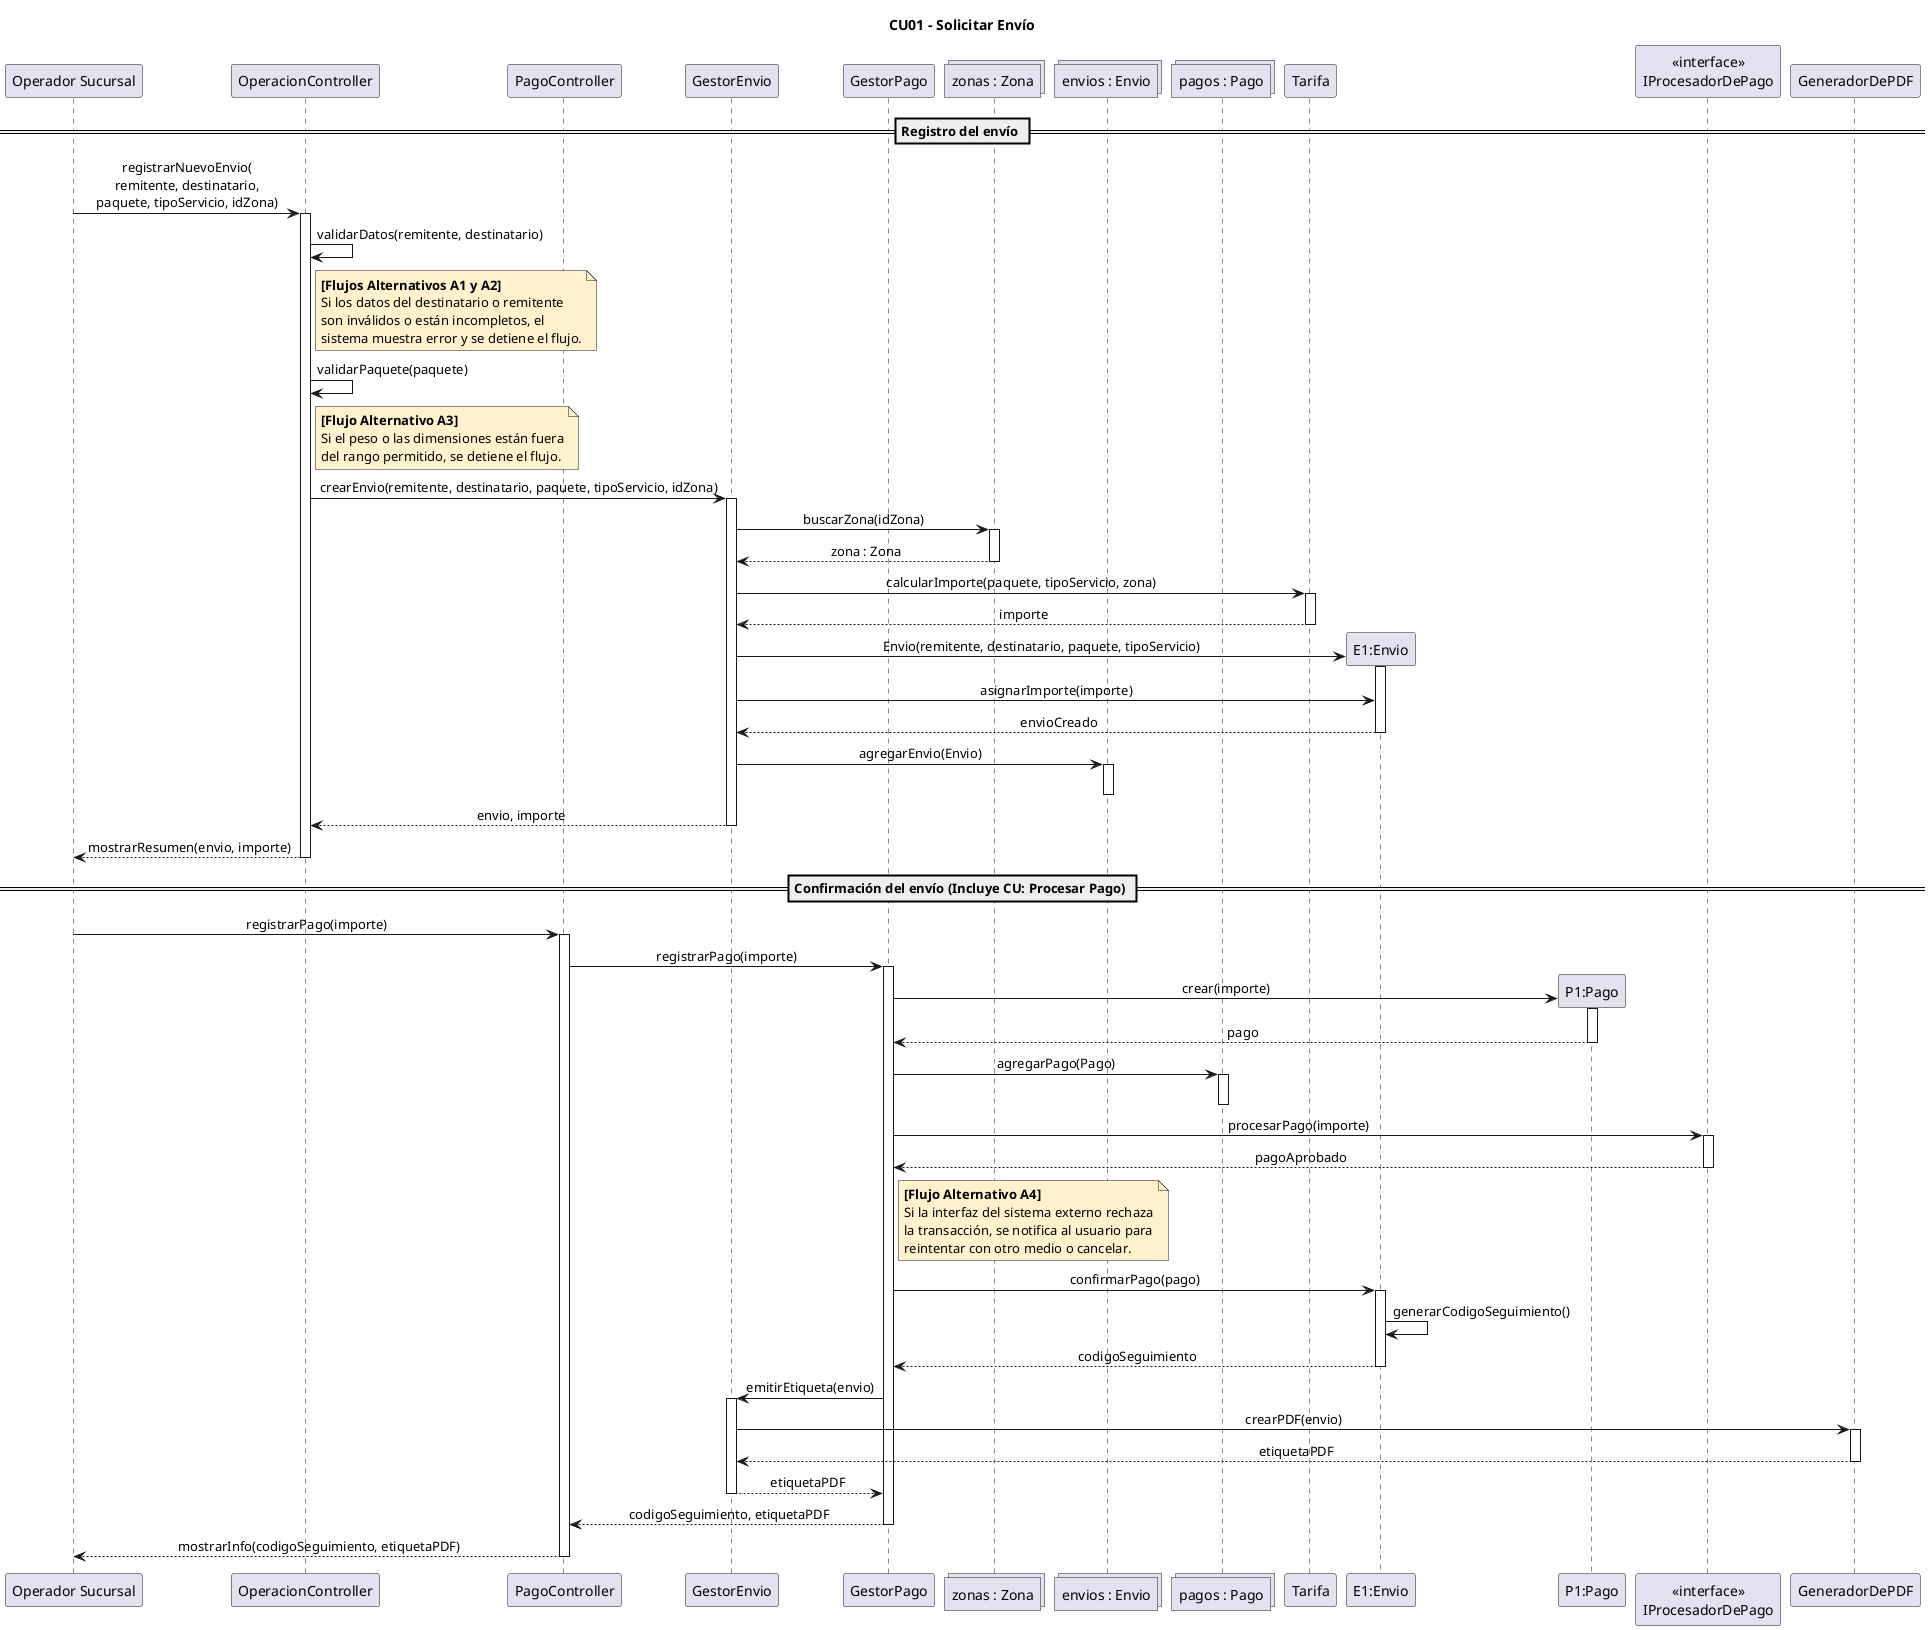
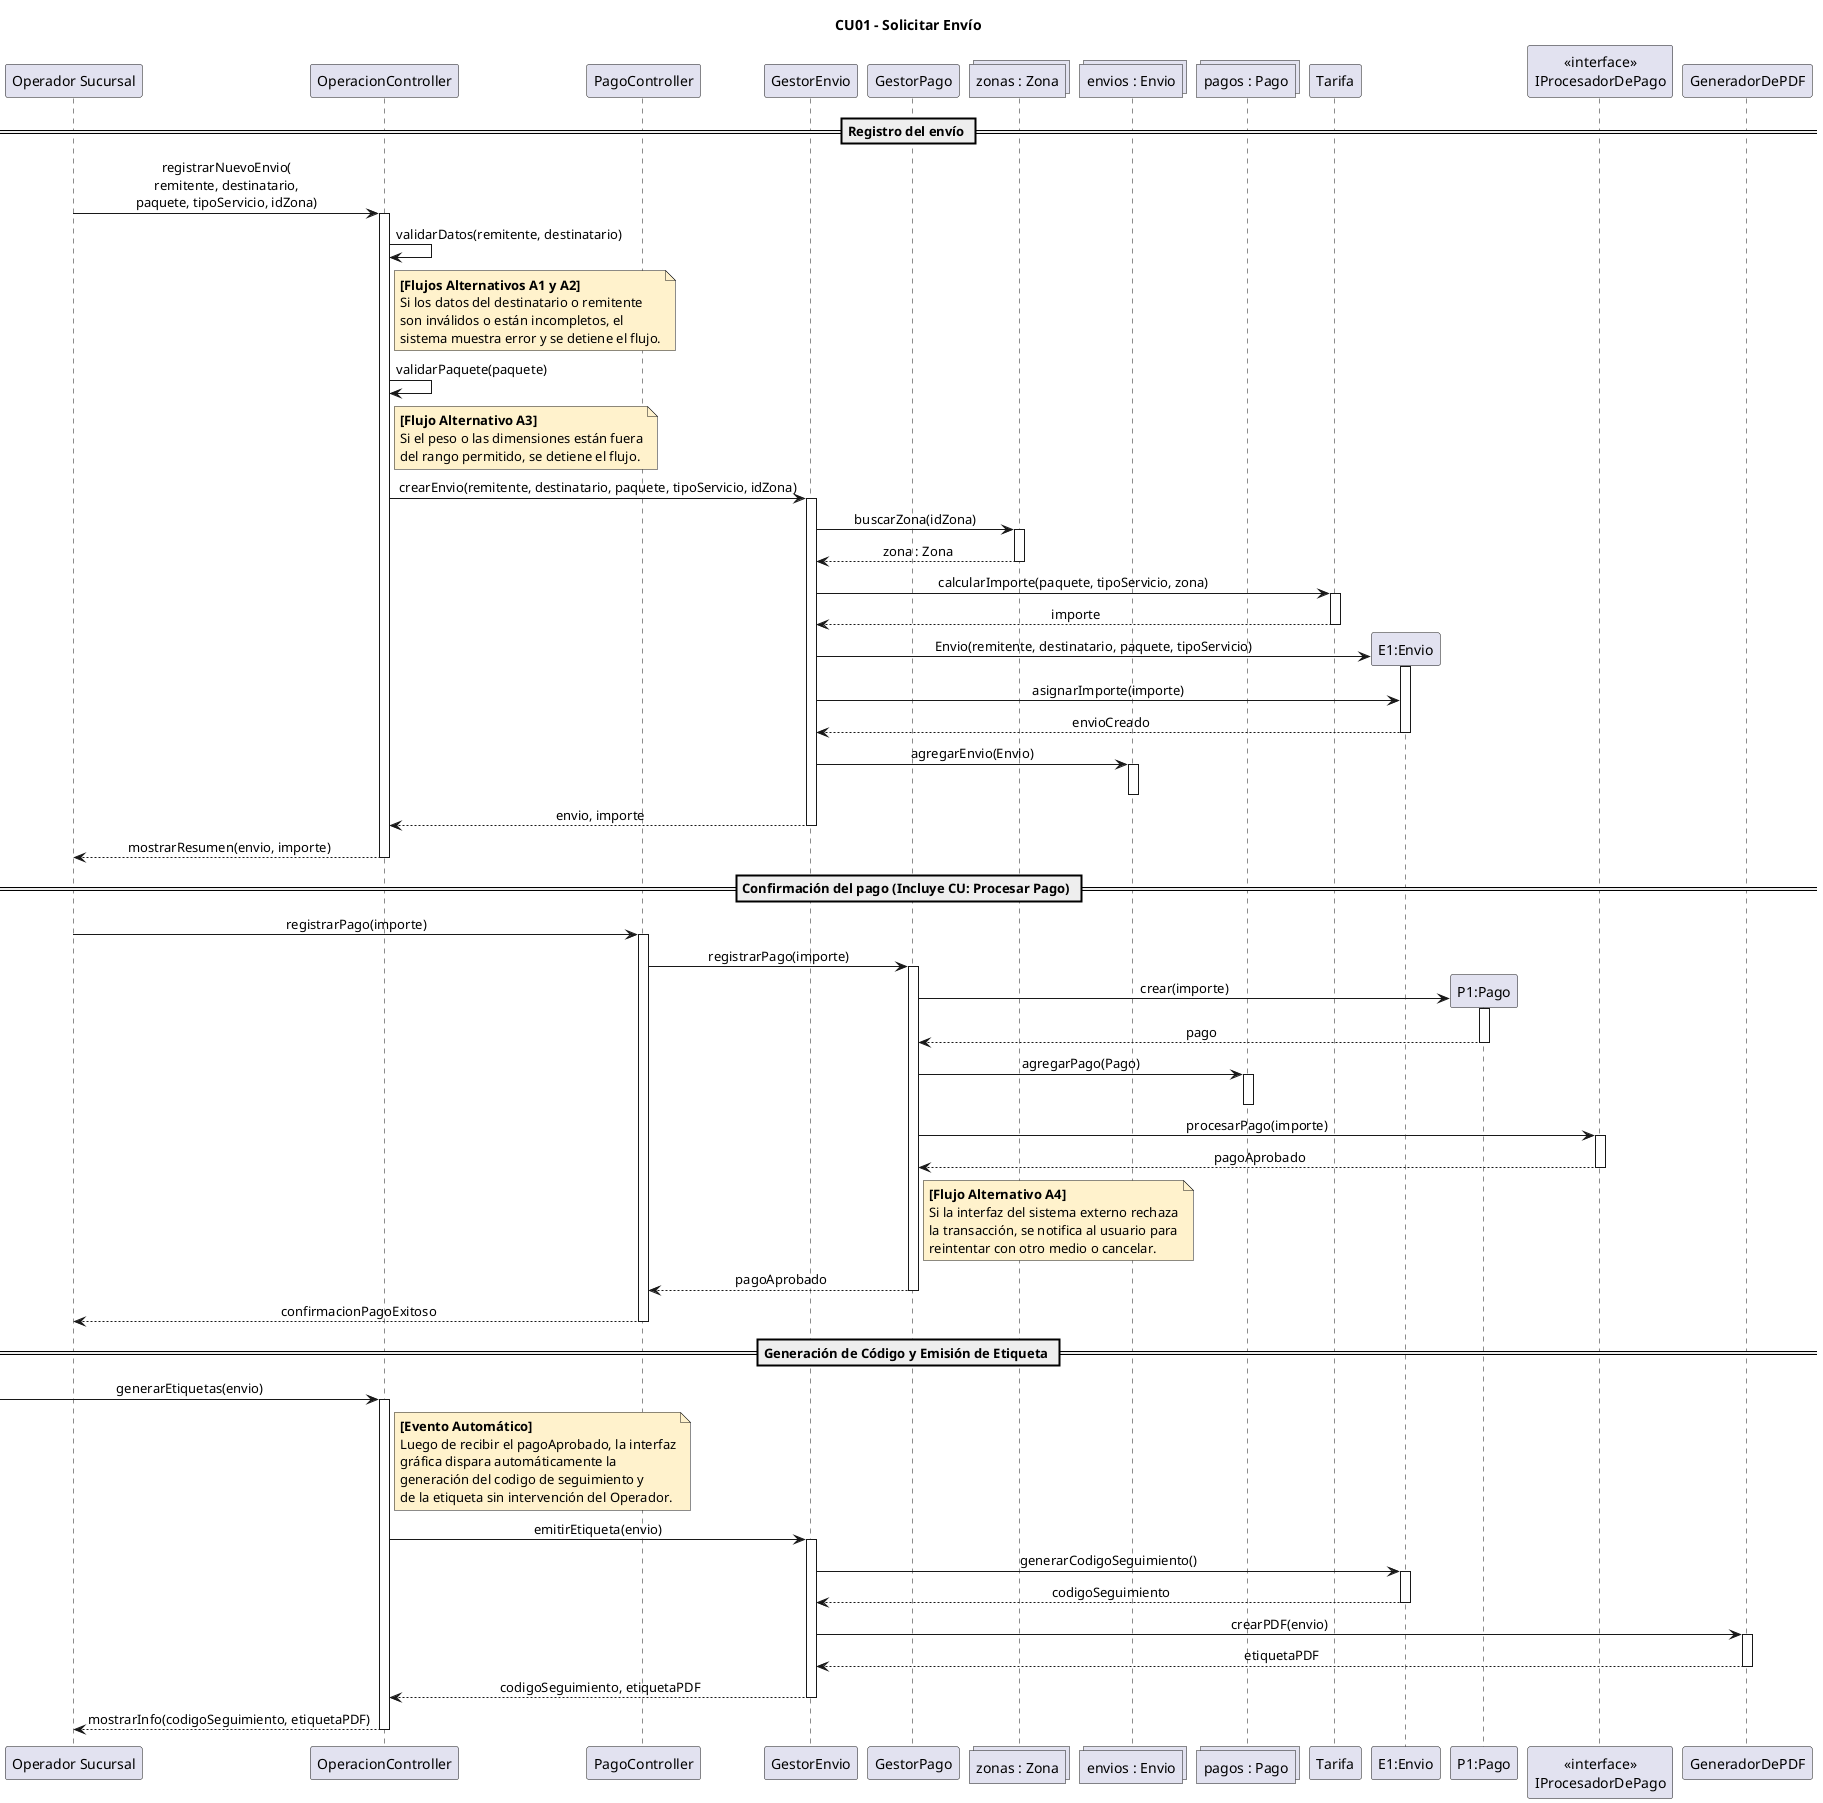
@startuml
title CU01 - Solicitar Envío
skinparam Shadowing false
skinparam sequenceMessageAlign center
skinparam responseMessageBelowArrow true
skinparam NoteBackgroundColor #FFF2CC

participant "Operador Sucursal" as Operador
participant "OperacionController" as OC
participant "PagoController" as PC
participant "GestorEnvio" as GE
participant "GestorPago" as GP

' MULTIOBJETOS
collections "zonas : Zona" as RepoZonas
collections "envios : Envio" as RepoEnvios
collections "pagos : Pago" as RepoPagos

participant "Tarifa" as Tarifa
participant "E1:Envio" as Envio
participant "P1:Pago" as Pago
participant "<<interface>>\nIProcesadorDePago" as IPago
participant "GeneradorDePDF" as GeneradorPDF

== Registro del envío ==
Operador -> OC : registrarNuevoEnvio(\nremitente, destinatario,\npaquete, tipoServicio, idZona)
activate OC

' VALIDACIONES Y NOTAS DE FLUJOS ALTERNATIVOS
OC -> OC : validarDatos(remitente, destinatario)
note right of OC
  **[Flujos Alternativos A1 y A2]**
  Si los datos del destinatario o remitente
  son inválidos o están incompletos, el
  sistema muestra error y se detiene el flujo.
end note

OC -> OC : validarPaquete(paquete)
note right of OC
  **[Flujo Alternativo A3]**
  Si el peso o las dimensiones están fuera
  del rango permitido, se detiene el flujo.
end note

OC -> GE : crearEnvio(remitente, destinatario, paquete, tipoServicio, idZona)
activate GE

GE -> RepoZonas : buscarZona(idZona)
activate RepoZonas
RepoZonas --> GE : zona : Zona
deactivate RepoZonas

GE -> Tarifa : calcularImporte(paquete, tipoServicio, zona)
activate Tarifa
Tarifa --> GE : importe
deactivate Tarifa

create Envio
GE -> Envio : Envio(remitente, destinatario, paquete, tipoServicio)
activate Envio
GE -> Envio : asignarImporte(importe)
Envio --> GE : envioCreado
deactivate Envio

' GUARDADO DEL ENVÍO
GE -> RepoEnvios : agregarEnvio(Envio)
activate RepoEnvios
deactivate RepoEnvios

GE --> OC : envio, importe
deactivate GE

OC --> Operador : mostrarResumen(envio, importe)
deactivate OC

- == Confirmación del envío (Incluye CU: Procesar Pago) ==
+ == Confirmación del pago (Incluye CU: Procesar Pago) ==
' EL ACTOR AHORA INTERACTÚA CON EL CONTROLADOR DE PAGOS
Operador -> PC : registrarPago(importe)
activate PC

PC -> GP : registrarPago(importe)
activate GP

create Pago
GP -> Pago : crear(importe)
activate Pago
Pago --> GP : pago
deactivate Pago

' GUARDADO DEL PAGO
GP -> RepoPagos : agregarPago(Pago)
activate RepoPagos
deactivate RepoPagos

' APLICANDO POLIMORFISMO Y VARIACIONES PROTEGIDAS
GP -> IPago : procesarPago(importe)
activate IPago
IPago --> GP : pagoAprobado
deactivate IPago

note right of GP
  **[Flujo Alternativo A4]**
  Si la interfaz del sistema externo rechaza
  la transacción, se notifica al usuario para
  reintentar con otro medio o cancelar.
end note

- GP -> Envio : confirmarPago(pago)
+ ' EL GESTOR DE PAGO TERMINA SU RESPONSABILIDAD
+ GP --> PC : pagoAprobado
+ deactivate GP
+ 
+ PC --> Operador : confirmacionPagoExitoso
+ deactivate PC
+ 
+ == Generación de Código y Emisión de Etiqueta ==
+ ' EL EVENTO SE DISPARA AUTOMÁTICAMENTE DESDE LA INTERFAZ
+ [-> OC : generarEtiquetas(envio)
+ note right of OC
+   **[Evento Automático]**
+   Luego de recibir el pagoAprobado, la interfaz
+   gráfica dispara automáticamente la
+   generación del codigo de seguimiento y
+   de la etiqueta sin intervención del Operador.
+ end note
+ activate OC
+ 
+ OC -> GE : emitirEtiqueta(envio)
+ activate GE
+ 
+ ' APLICANDO EXPERTO EN INFORMACIÓN
+ GE -> Envio : generarCodigoSeguimiento()
activate Envio
- Envio -> Envio : generarCodigoSeguimiento()
- Envio --> GP : codigoSeguimiento
+ Envio --> GE : codigoSeguimiento
deactivate Envio

' EMISIÓN DE ETIQUETA APLICANDO FABRICACIÓN PURA
- GP -> GE : emitirEtiqueta(envio)
- activate GE
- 
GE -> GeneradorPDF : crearPDF(envio)
activate GeneradorPDF
GeneradorPDF --> GE : etiquetaPDF
deactivate GeneradorPDF

- GE --> GP : etiquetaPDF
+ GE --> OC : codigoSeguimiento, etiquetaPDF
deactivate GE

- GP --> PC : codigoSeguimiento, etiquetaPDF
- deactivate GP
- 
- PC --> Operador : mostrarInfo(codigoSeguimiento, etiquetaPDF)
- deactivate PC
- @enduml+ ' EL SISTEMA LE MUESTRA EL RESULTADO FINAL AL OPERADOR
+ OC --> Operador : mostrarInfo(codigoSeguimiento, etiquetaPDF)
+ deactivate OC
+ @enduml
